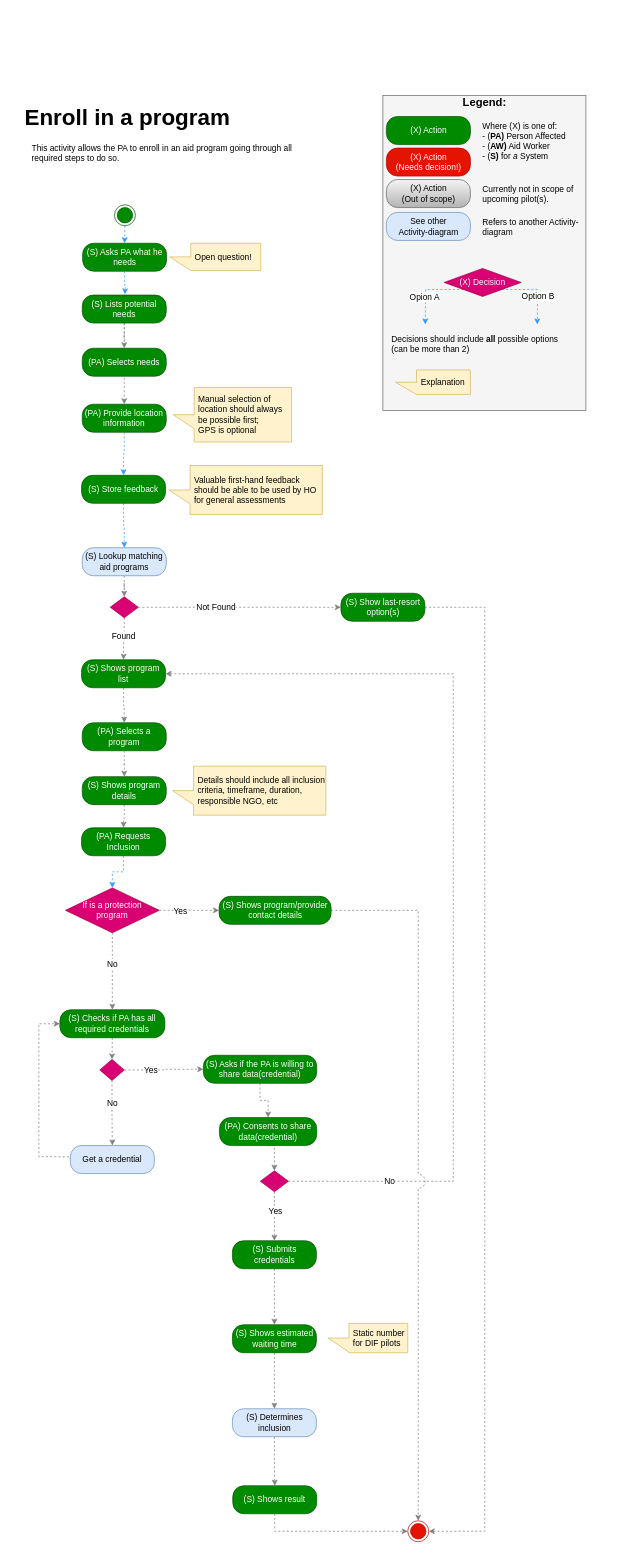
nsward/diagrams keeps this draw.io diagram as Activity Diagrams/Enroll in a program activity.drawio. Above is the earlier version. Source tidied: cells renumbered, new cells numbered last; positions are measured from the earlier drawing's top-left corner, leaving out a move shared by most shapes. Both pictures are drawn from the tidied source at 70%, with x=0, y=0 at pixel (12, 89).
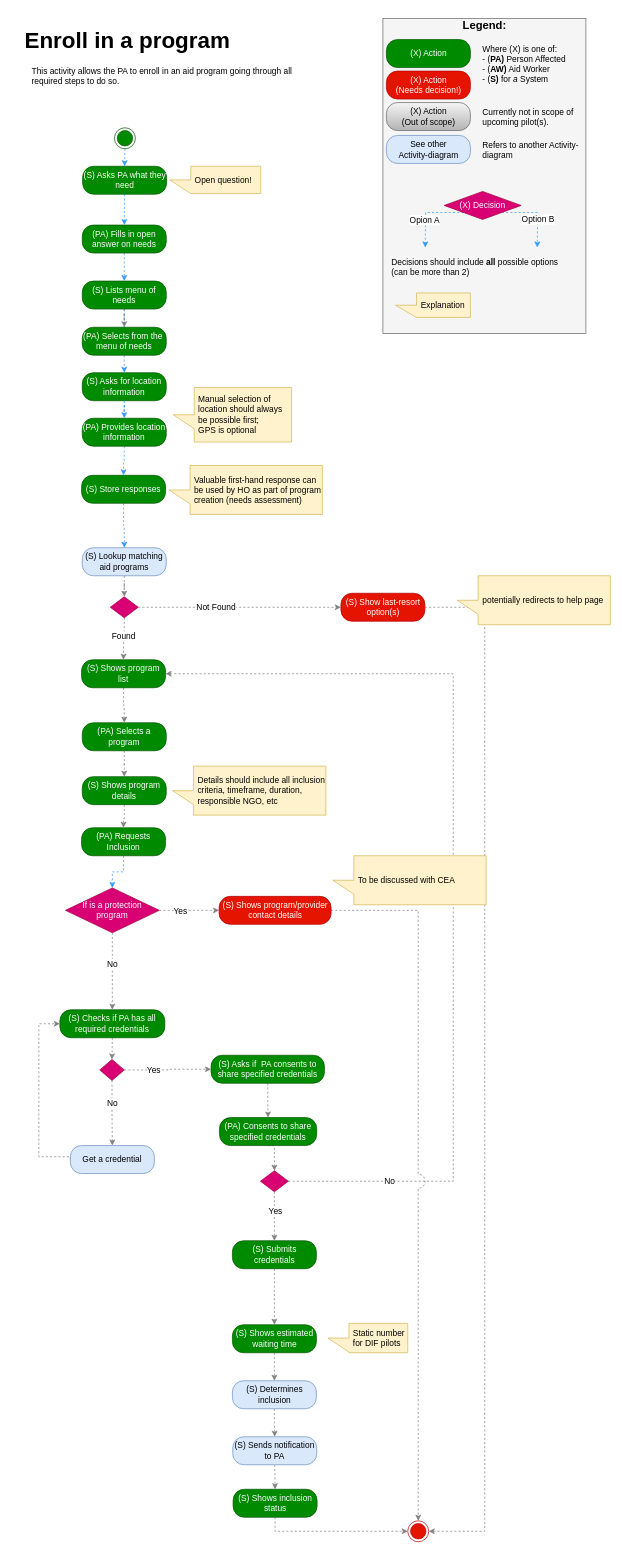
The same diagram, later.

Commit message:
CEA review

The change refers to these unchanged cells:
```xml
<mxCell id="33" style="ellipse;html=1;shape=endState;fillColor=#e51400;strokeColor=#B20000;fontColor=#ffffff;" parent="1" vertex="1">
  <mxGeometry x="565" y="2045" width="30" height="30" as="geometry" />
</mxCell>
```

What changed in the source:
```diff
@@
     <mxCell id="3" style="ellipse;html=1;shape=endState;fillColor=#008a00;strokeColor=#005700;fontColor=#ffffff;" parent="1" vertex="1">
-      <mxGeometry x="146" y="165" width="30" height="30" as="geometry" />
+      <mxGeometry x="146" y="55" width="30" height="30" as="geometry" />
     </mxCell>
@@
-    <mxCell id="5" style="edgeStyle=orthogonalEdgeStyle;rounded=0;jettySize=auto;html=1;dashed=1;strokeColor=#808080;fontColor=none;" parent="1" edge="1" source="6" target="8">
+    <mxCell id="5" style="edgeStyle=orthogonalEdgeStyle;rounded=0;jettySize=auto;html=1;dashed=1;strokeColor=#3399FF;fontColor=#ffffff;entryX=0.5;entryY=0;entryDx=0;entryDy=0;" parent="1" edge="1" source="6" target="95">
       <mxGeometry relative="1" as="geometry" />
     </mxCell>
-    <mxCell id="6" value="(S) Lists potential needs" style="rounded=1;whiteSpace=wrap;html=1;arcSize=40;fillColor=#008a00;strokeColor=#005700;fontColor=#ffffff;" parent="1" vertex="1">
-      <mxGeometry x="100" y="294" width="120" height="40" as="geometry" />
+    <mxCell id="6" value="(S) Lists menu of needs" style="rounded=1;whiteSpace=wrap;html=1;arcSize=40;fillColor=#008a00;strokeColor=#005700;fontColor=#ffffff;" parent="1" vertex="1">
+      <mxGeometry x="100" y="274" width="120" height="40" as="geometry" />
     </mxCell>
@@
-    <mxCell id="8" value="(PA) Provide location information" style="rounded=1;whiteSpace=wrap;html=1;arcSize=40;fillColor=#008a00;strokeColor=#005700;fontColor=#ffffff;" parent="1" vertex="1">
-      <mxGeometry x="100" y="450" width="120" height="40" as="geometry" />
+    <mxCell id="8" value="(PA) Provides location information" style="rounded=1;whiteSpace=wrap;html=1;arcSize=40;fillColor=#008a00;strokeColor=#005700;fontColor=#ffffff;" parent="1" vertex="1">
+      <mxGeometry x="100" y="470" width="120" height="40" as="geometry" />
     </mxCell>
@@
-    <mxCell id="11" value="(PA) Selects needs" style="rounded=1;whiteSpace=wrap;html=1;arcSize=40;fillColor=#008a00;strokeColor=#005700;fontColor=#ffffff;" parent="1" vertex="1">
-      <mxGeometry x="100" y="370" width="120" height="40" as="geometry" />
+    <mxCell id="11" value="(PA) Selects from the&amp;nbsp; menu of needs" style="rounded=1;whiteSpace=wrap;html=1;arcSize=40;fillColor=#008a00;strokeColor=#005700;fontColor=#ffffff;" parent="1" vertex="1">
+      <mxGeometry x="100" y="340" width="120" height="40" as="geometry" />
     </mxCell>
@@
     <mxCell id="39" value="(S) Determines inclusion" style="rounded=1;whiteSpace=wrap;html=1;arcSize=40;fillColor=#dae8fc;strokeColor=#6c8ebf;" parent="1" vertex="1">
-      <mxGeometry x="314.5" y="1885" width="120" height="40" as="geometry" />
+      <mxGeometry x="314.5" y="1845" width="120" height="40" as="geometry" />
     </mxCell>
-    <mxCell id="40" style="edgeStyle=orthogonalEdgeStyle;rounded=0;jettySize=auto;html=1;entryX=0;entryY=0.5;entryDx=0;entryDy=0;dashed=1;strokeColor=#808080;fontColor=none;exitX=0.5;exitY=1;exitDx=0;exitDy=0;" parent="1" edge="1" source="41" target="33">
+    <mxCell id="40" style="edgeStyle=orthogonalEdgeStyle;rounded=0;jettySize=auto;html=1;entryX=0.5;entryY=0;entryDx=0;entryDy=0;dashed=1;strokeColor=#808080;fontColor=none;exitX=0.5;exitY=1;exitDx=0;exitDy=0;" parent="1" edge="1" source="41" target="93">
       <mxGeometry relative="1" as="geometry" />
     </mxCell>
-    <mxCell id="41" value="(S) Shows result" style="rounded=1;whiteSpace=wrap;html=1;arcSize=40;fillColor=#008a00;strokeColor=#005700;fontColor=#ffffff;" parent="1" vertex="1">
-      <mxGeometry x="315" y="1995" width="120" height="40" as="geometry" />
+    <mxCell id="41" value="(S) Sends notification to PA" style="rounded=1;whiteSpace=wrap;html=1;arcSize=40;fillColor=#dae8fc;strokeColor=#6c8ebf;fontColor=#000000;" parent="1" vertex="1">
+      <mxGeometry x="315" y="1925" width="120" height="40" as="geometry" />
     </mxCell>
@@
-    <mxCell id="48" value="(S) Show last-resort option(s)" style="rounded=1;whiteSpace=wrap;html=1;arcSize=40;fillColor=#008a00;strokeColor=#005700;fontColor=#ffffff;" parent="1" vertex="1">
+    <mxCell id="48" value="(S) Show last-resort option(s)" style="rounded=1;whiteSpace=wrap;html=1;arcSize=40;fillColor=#e51400;strokeColor=#B20000;fontColor=#ffffff;" parent="1" vertex="1">
       <mxGeometry x="469.5" y="720" width="120" height="40" as="geometry" />
     </mxCell>
@@
-    <mxCell id="54" value="(S) Shows program/provider contact details" style="rounded=1;whiteSpace=wrap;html=1;arcSize=40;fillColor=#008a00;strokeColor=#005700;fontColor=#ffffff;" parent="1" vertex="1">
+    <mxCell id="54" value="(S) Shows program/provider contact details" style="rounded=1;whiteSpace=wrap;html=1;arcSize=40;fillColor=#e51400;strokeColor=#B20000;fontColor=#ffffff;" parent="1" vertex="1">
       <mxGeometry x="295.5" y="1153" width="160" height="40" as="geometry" />
     </mxCell>
@@
-    <mxCell id="59" value="(PA) Consents to share data(credential)" style="rounded=1;whiteSpace=wrap;html=1;arcSize=40;fillColor=#008a00;strokeColor=#005700;fontColor=#ffffff;" parent="1" vertex="1">
+    <mxCell id="59" value="(PA) Consents to share specified credentials" style="rounded=1;whiteSpace=wrap;html=1;arcSize=40;fillColor=#008a00;strokeColor=#005700;fontColor=#ffffff;" parent="1" vertex="1">
       <mxGeometry x="296" y="1469" width="139" height="40" as="geometry" />
     </mxCell>
@@
-    <mxCell id="61" value="(S) Asks if the PA is willing to share data(credential)" style="rounded=1;whiteSpace=wrap;html=1;arcSize=40;fillColor=#008a00;strokeColor=#005700;fontColor=#ffffff;" parent="1" vertex="1">
-      <mxGeometry x="273" y="1380" width="162" height="40" as="geometry" />
+    <mxCell id="61" value="(S) Asks if&amp;nbsp; PA consents to share specified credentials" style="rounded=1;whiteSpace=wrap;html=1;arcSize=40;fillColor=#008a00;strokeColor=#005700;fontColor=#ffffff;" parent="1" vertex="1">
+      <mxGeometry x="284" y="1380" width="162" height="40" as="geometry" />
     </mxCell>
-    <mxCell id="62" style="edgeStyle=orthogonalEdgeStyle;rounded=0;jettySize=auto;html=1;dashed=1;strokeColor=#3399FF;fontColor=#ffffff;" parent="1" edge="1" source="63">
-      <mxGeometry relative="1" as="geometry">
-        <mxPoint x="161" y="293" as="targetPoint" />
-      </mxGeometry>
+    <mxCell id="62" style="edgeStyle=orthogonalEdgeStyle;rounded=0;jettySize=auto;html=1;dashed=1;strokeColor=#3399FF;fontColor=#ffffff;entryX=0.5;entryY=0;entryDx=0;entryDy=0;" parent="1" edge="1" source="63" target="91">
+      <mxGeometry relative="1" as="geometry" />
     </mxCell>
-    <mxCell id="63" value="(S) Asks PA what he needs&lt;br&gt;" style="rounded=1;whiteSpace=wrap;html=1;arcSize=40;fillColor=#008a00;strokeColor=#005700;fontColor=#ffffff;" parent="1" vertex="1">
-      <mxGeometry x="100.5" y="220" width="120" height="40" as="geometry" />
+    <mxCell id="63" value="(S) Asks PA what they need&lt;br&gt;" style="rounded=1;whiteSpace=wrap;html=1;arcSize=40;fillColor=#008a00;strokeColor=#005700;fontColor=#ffffff;" parent="1" vertex="1">
+      <mxGeometry x="100.5" y="110" width="120" height="40" as="geometry" />
     </mxCell>
     <mxCell id="64" value="&lt;div style=&quot;text-align: left ; font-size: 32px&quot;&gt;Enroll in a program&lt;/div&gt;" style="text;html=1;strokeColor=none;fillColor=none;align=left;verticalAlign=middle;whiteSpace=wrap;rounded=0;fontStyle=1;fontSize=32;spacingLeft=16;" parent="1" vertex="1">
-      <mxGeometry width="518" height="80" as="geometry" />
+      <mxGeometry y="-110" width="518" height="80" as="geometry" />
     </mxCell>
     <mxCell id="65" value="&lt;p&gt;This activity allows the PA to enroll in an aid program going through all required steps to do so.&lt;/p&gt;" style="text;html=1;strokeColor=none;fillColor=none;spacing=8;spacingTop=-20;whiteSpace=wrap;overflow=hidden;rounded=0;align=left;" parent="1" vertex="1">
-      <mxGeometry x="20" y="73" width="432" height="57" as="geometry" />
+      <mxGeometry x="20" y="-37" width="432" height="57" as="geometry" />
     </mxCell>
@@
-    <mxCell id="68" value="&lt;p&gt;Valuable first-hand feedback should be able to be used by HO for general assessments&lt;/p&gt;" style="shape=callout;whiteSpace=wrap;html=1;perimeter=calloutPerimeter;fillColor=#fff2cc;fontSize=12;align=left;strokeColor=#d6b656;spacingLeft=4;direction=south;" parent="1" vertex="1">
+    <mxCell id="68" value="&lt;p&gt;Valuable first-hand response can be used by HO as part of program creation (needs assessment)&lt;/p&gt;" style="shape=callout;whiteSpace=wrap;html=1;perimeter=calloutPerimeter;fillColor=#fff2cc;fontSize=12;align=left;strokeColor=#d6b656;spacingLeft=4;direction=south;" parent="1" vertex="1">
       <mxGeometry x="224" y="537.5" width="219" height="70" as="geometry" />
     </mxCell>
     <mxCell id="69" style="group;" parent="1" vertex="1">
-      <mxGeometry x="529.5" y="9" width="290" height="462" as="geometry" />
+      <mxGeometry x="529.5" y="-101" width="290" height="462" as="geometry" />
     </mxCell>
@@
-    <mxCell id="87" value="(S) Store feedback&lt;br&gt;" style="rounded=1;whiteSpace=wrap;html=1;arcSize=40;fillColor=#008a00;strokeColor=#005700;fontColor=#ffffff;" parent="1" vertex="1">
+    <mxCell id="87" value="(S) Store responses&lt;br&gt;" style="rounded=1;whiteSpace=wrap;html=1;arcSize=40;fillColor=#008a00;strokeColor=#005700;fontColor=#ffffff;" parent="1" vertex="1">
       <mxGeometry x="99" y="551.5" width="120" height="40" as="geometry" />
     </mxCell>
     <mxCell id="88" value="&lt;p&gt;Open question!&lt;/p&gt;" style="shape=callout;whiteSpace=wrap;html=1;perimeter=calloutPerimeter;fillColor=#fff2cc;fontSize=12;align=left;strokeColor=#d6b656;spacingLeft=4;direction=south;" parent="1" vertex="1">
-      <mxGeometry x="225" y="220" width="130" height="39" as="geometry" />
+      <mxGeometry x="225" y="110" width="130" height="39" as="geometry" />
     </mxCell>
@@
+    <mxCell id="90" style="edgeStyle=orthogonalEdgeStyle;rounded=0;jettySize=auto;html=1;entryX=0.5;entryY=0;entryDx=0;entryDy=0;dashed=1;fontColor=#ffffff;strokeColor=#3399FF;" parent="1" edge="1" source="91" target="6">
+      <mxGeometry relative="1" as="geometry" />
+    </mxCell>
+    <mxCell id="91" value="(PA) Fills in open answer on needs" style="rounded=1;whiteSpace=wrap;html=1;arcSize=40;fillColor=#008a00;strokeColor=#005700;fontColor=#ffffff;" parent="1" vertex="1">
+      <mxGeometry x="100" y="194" width="120" height="40" as="geometry" />
+    </mxCell>
+    <mxCell id="92" style="edgeStyle=orthogonalEdgeStyle;rounded=0;jettySize=auto;html=1;entryX=0;entryY=0.5;entryDx=0;entryDy=0;dashed=1;fontColor=#ffffff;strokeColor=#808080;" parent="1" edge="1" source="93" target="33">
+      <mxGeometry relative="1" as="geometry">
+        <Array as="points">
+          <mxPoint x="376" y="2060" />
+        </Array>
+      </mxGeometry>
+    </mxCell>
+    <mxCell id="93" value="(S) Shows inclusion status" style="rounded=1;whiteSpace=wrap;html=1;arcSize=40;fillColor=#008a00;strokeColor=#005700;fontColor=#ffffff;" parent="1" vertex="1">
+      <mxGeometry x="315.5" y="2000" width="120" height="40" as="geometry" />
+    </mxCell>
+    <mxCell id="94" style="edgeStyle=orthogonalEdgeStyle;rounded=0;jettySize=auto;html=1;entryX=0.5;entryY=0;entryDx=0;entryDy=0;dashed=1;fontColor=#ffffff;strokeColor=#3399FF;" parent="1" edge="1" source="95" target="8">
+      <mxGeometry relative="1" as="geometry" />
+    </mxCell>
+    <mxCell id="95" value="(S) Asks for location information" style="rounded=1;whiteSpace=wrap;html=1;arcSize=40;fillColor=#008a00;strokeColor=#005700;fontColor=#ffffff;" parent="1" vertex="1">
+      <mxGeometry x="100" y="405" width="120" height="40" as="geometry" />
+    </mxCell>
+    <mxCell id="96" value="potentially redirects to help page" style="shape=callout;whiteSpace=wrap;html=1;perimeter=calloutPerimeter;fillColor=#fff2cc;fontSize=12;align=left;strokeColor=#d6b656;spacingLeft=4;direction=south;" parent="1" vertex="1">
+      <mxGeometry x="635.5" y="695" width="219" height="70" as="geometry" />
+    </mxCell>
+    <mxCell id="97" value="&lt;p&gt;To be discussed with CEA&lt;/p&gt;" style="shape=callout;whiteSpace=wrap;html=1;perimeter=calloutPerimeter;fillColor=#fff2cc;fontSize=12;align=left;strokeColor=#d6b656;spacingLeft=4;direction=south;" parent="1" vertex="1">
+      <mxGeometry x="458" y="1095" width="219" height="70" as="geometry" />
+    </mxCell>
```
